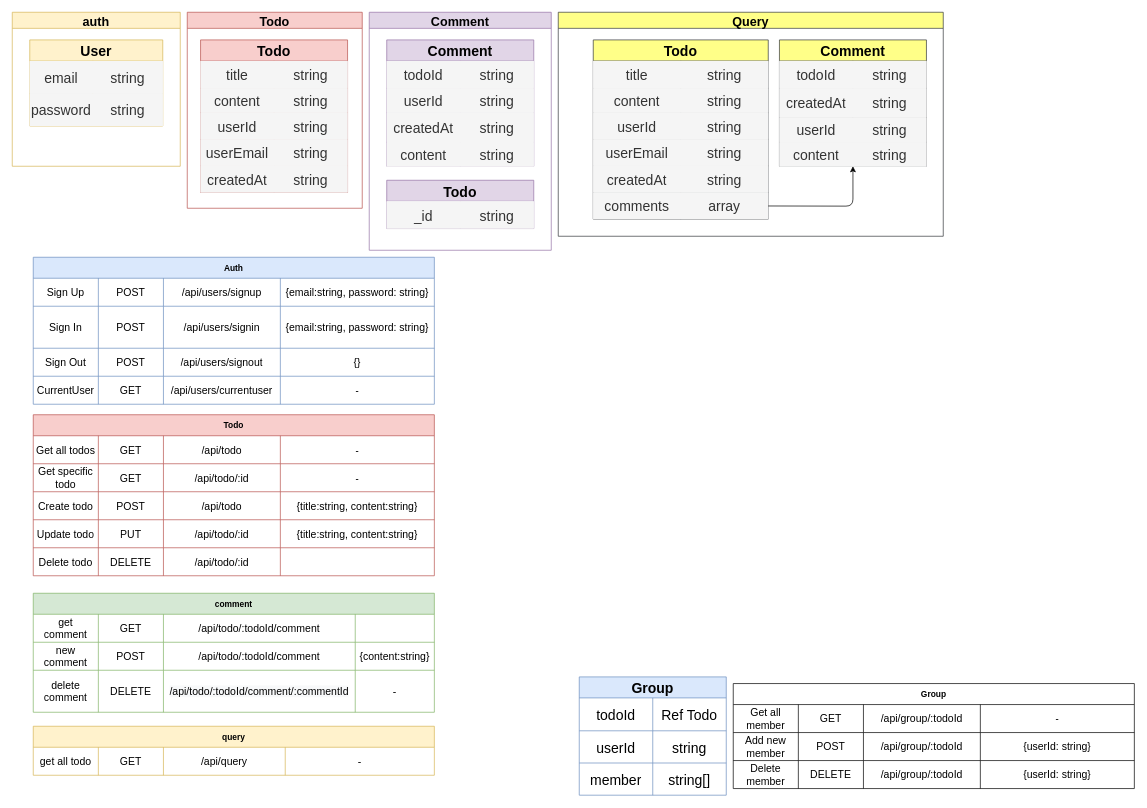
This is page "第2頁" (2 of 3) of Untitled Diagram.drawio from fan0223/TaskTracker, a draw.io file, before an edit. Source tidied: cells renumbered, new cells numbered last; positions are measured from the earlier drawing's top-left corner, leaving out a move shared by most shapes. Both pictures are drawn from the tidied source at 70%, with x=0, y=0 at pixel (12, 12).
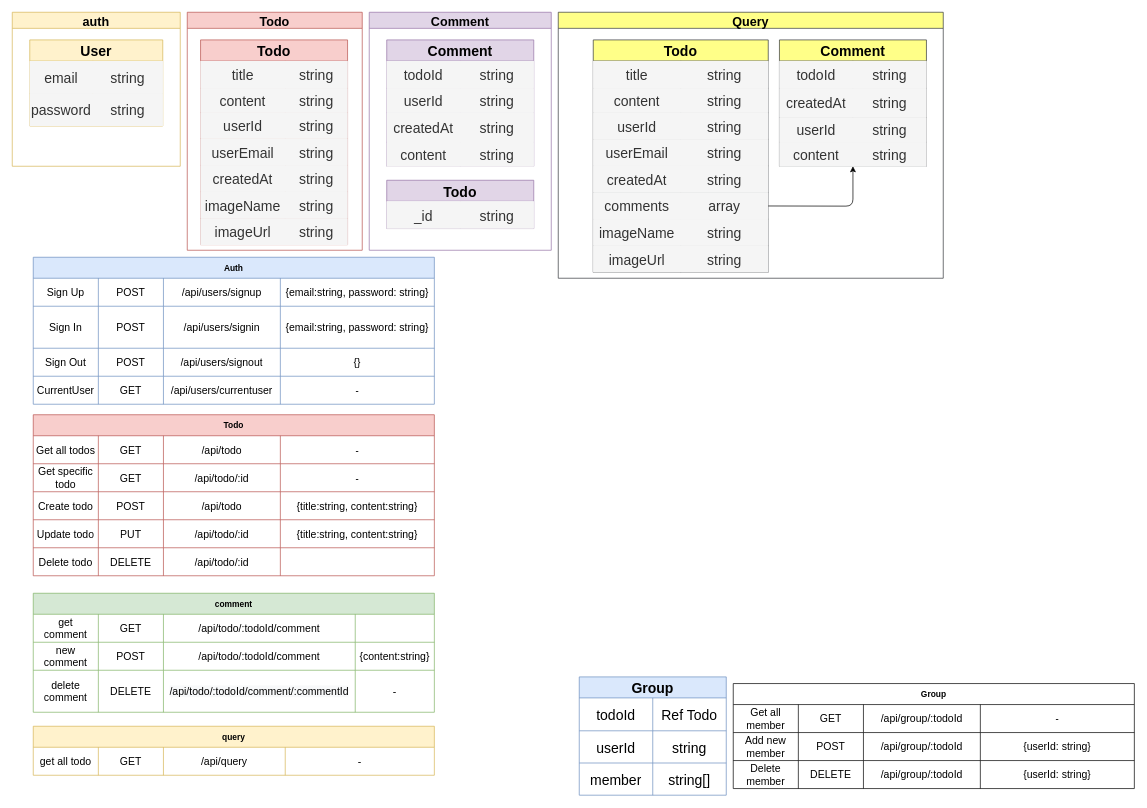
After the change.

The change refers to these unchanged cells:
```xml
<mxCell id="103" style="shape=partialRectangle;whiteSpace=wrap;top=0;left=0;bottom=0;right=0;rounded=0;shadow=0;sketch=0;fontSize=12;labelBackgroundColor=none;labelBorderColor=none;fillColor=#f5f5f5;fontColor=#333333;strokeColor=#666666;" parent="102" vertex="1">
  <mxGeometry y="30" width="210" height="39" as="geometry" />
</mxCell>
<mxCell id="106" style="shape=partialRectangle;whiteSpace=wrap;top=0;left=0;bottom=0;right=0;rounded=0;shadow=0;sketch=0;fontSize=12;labelBackgroundColor=none;labelBorderColor=none;fillColor=#f5f5f5;fontColor=#333333;strokeColor=#666666;" parent="102" vertex="1">
  <mxGeometry y="69" width="210" height="35" as="geometry" />
</mxCell>
```

What changed in the source:
```diff
@@
     <mxCell id="101" value="Todo" style="swimlane;shadow=0;fontSize=18;fillColor=#f8cecc;strokeColor=#b85450;" parent="1" vertex="1">
-      <mxGeometry x="250" width="250" height="280" as="geometry" />
+      <mxGeometry x="250" width="250" height="340" as="geometry" />
     </mxCell>
     <mxCell id="102" value="Todo" style="shape=table;startSize=30;childLayout=tableLayout;fontStyle=1;align=center;rounded=0;shadow=0;sketch=0;fontSize=20;swimlaneFillColor=none;labelBackgroundColor=none;labelBorderColor=none;fillColor=#f8cecc;strokeColor=#b85450;" parent="101" vertex="1">
-      <mxGeometry x="19" y="39.5" width="210" height="218" as="geometry" />
+      <mxGeometry x="19" y="39.5" width="210" height="292.5" as="geometry" />
     </mxCell>
@@
     <mxCell id="104" value="title" style="shape=partialRectangle;whiteSpace=wrap;top=0;left=0;bottom=0;right=0;overflow=hidden;rounded=0;shadow=0;sketch=0;fontSize=20;labelBackgroundColor=none;labelBorderColor=none;fillColor=#f5f5f5;fontColor=#333333;strokeColor=#666666;" parent="103" vertex="1">
-      <mxGeometry width="105" height="39" as="geometry" />
+      <mxGeometry width="121" height="39" as="geometry" />
     </mxCell>
     <mxCell id="105" value="string" style="shape=partialRectangle;whiteSpace=wrap;top=0;left=0;bottom=0;right=0;overflow=hidden;rounded=0;shadow=0;sketch=0;fontSize=20;labelBackgroundColor=none;labelBorderColor=none;fillColor=#f5f5f5;fontColor=#333333;strokeColor=#666666;" parent="103" vertex="1">
-      <mxGeometry x="105" width="105" height="39" as="geometry" />
+      <mxGeometry x="121" width="89" height="39" as="geometry" />
     </mxCell>
@@
     <mxCell id="107" value="content" style="shape=partialRectangle;whiteSpace=wrap;top=0;left=0;bottom=0;right=0;overflow=hidden;rounded=0;shadow=0;sketch=0;fontSize=20;labelBackgroundColor=none;labelBorderColor=none;fillColor=#f5f5f5;fontColor=#333333;strokeColor=#666666;" parent="106" vertex="1">
-      <mxGeometry width="105" height="35" as="geometry" />
+      <mxGeometry width="121" height="35" as="geometry" />
     </mxCell>
     <mxCell id="108" value="string" style="shape=partialRectangle;whiteSpace=wrap;top=0;left=0;bottom=0;right=0;overflow=hidden;rounded=0;shadow=0;sketch=0;fontSize=20;labelBackgroundColor=none;labelBorderColor=none;fillColor=#f5f5f5;fontColor=#333333;strokeColor=#666666;" parent="106" vertex="1">
-      <mxGeometry x="105" width="105" height="35" as="geometry" />
+      <mxGeometry x="121" width="89" height="35" as="geometry" />
     </mxCell>
     <mxCell id="109" style="shape=partialRectangle;whiteSpace=wrap;top=0;left=0;bottom=0;right=0;rounded=0;shadow=0;sketch=0;fontSize=12;labelBackgroundColor=none;labelBorderColor=none;fillColor=#f5f5f5;fontColor=#333333;strokeColor=#666666;" parent="102" vertex="1">
-      <mxGeometry y="104" width="210" height="38" as="geometry" />
+      <mxGeometry y="104" width="210" height="37" as="geometry" />
     </mxCell>
     <mxCell id="110" value="userId" style="shape=partialRectangle;whiteSpace=wrap;top=0;left=0;bottom=0;right=0;overflow=hidden;rounded=0;shadow=0;sketch=0;fontSize=20;labelBackgroundColor=none;labelBorderColor=none;fillColor=#f5f5f5;fontColor=#333333;strokeColor=#666666;" parent="109" vertex="1">
-      <mxGeometry width="105" height="38" as="geometry" />
+      <mxGeometry width="121" height="37" as="geometry" />
     </mxCell>
     <mxCell id="111" value="string" style="shape=partialRectangle;whiteSpace=wrap;top=0;left=0;bottom=0;right=0;overflow=hidden;rounded=0;shadow=0;sketch=0;fontSize=20;labelBackgroundColor=none;labelBorderColor=none;fillColor=#f5f5f5;fontColor=#333333;strokeColor=#666666;" parent="109" vertex="1">
-      <mxGeometry x="105" width="105" height="38" as="geometry" />
+      <mxGeometry x="121" width="89" height="37" as="geometry" />
     </mxCell>
     <mxCell id="112" style="shape=partialRectangle;whiteSpace=wrap;top=0;left=0;bottom=0;right=0;rounded=0;shadow=0;sketch=0;fontSize=12;labelBackgroundColor=none;labelBorderColor=none;fillColor=#f5f5f5;fontColor=#333333;strokeColor=#666666;" parent="102" vertex="1">
-      <mxGeometry y="142" width="210" height="38" as="geometry" />
+      <mxGeometry y="141" width="210" height="38" as="geometry" />
     </mxCell>
     <mxCell id="113" value="userEmail" style="shape=partialRectangle;whiteSpace=wrap;top=0;left=0;bottom=0;right=0;overflow=hidden;rounded=0;shadow=0;sketch=0;fontSize=20;labelBackgroundColor=none;labelBorderColor=none;fillColor=#f5f5f5;fontColor=#333333;strokeColor=#666666;" parent="112" vertex="1">
-      <mxGeometry width="105" height="38" as="geometry" />
+      <mxGeometry width="121" height="38" as="geometry" />
     </mxCell>
     <mxCell id="114" value="string" style="shape=partialRectangle;whiteSpace=wrap;top=0;left=0;bottom=0;right=0;overflow=hidden;rounded=0;shadow=0;sketch=0;fontSize=20;labelBackgroundColor=none;labelBorderColor=none;fillColor=#f5f5f5;fontColor=#333333;strokeColor=#666666;" parent="112" vertex="1">
-      <mxGeometry x="105" width="105" height="38" as="geometry" />
+      <mxGeometry x="121" width="89" height="38" as="geometry" />
     </mxCell>
     <mxCell id="115" style="shape=partialRectangle;whiteSpace=wrap;top=0;left=0;bottom=0;right=0;rounded=0;shadow=0;sketch=0;fontSize=12;labelBackgroundColor=none;labelBorderColor=none;fillColor=#f5f5f5;fontColor=#333333;strokeColor=#666666;" parent="102" vertex="1">
-      <mxGeometry y="180" width="210" height="38" as="geometry" />
+      <mxGeometry y="179" width="210" height="38" as="geometry" />
     </mxCell>
     <mxCell id="116" value="createdAt" style="shape=partialRectangle;whiteSpace=wrap;top=0;left=0;bottom=0;right=0;overflow=hidden;rounded=0;shadow=0;sketch=0;fontSize=20;labelBackgroundColor=none;labelBorderColor=none;fillColor=#f5f5f5;fontColor=#333333;strokeColor=#666666;" parent="115" vertex="1">
-      <mxGeometry width="105" height="38" as="geometry" />
+      <mxGeometry width="121" height="38" as="geometry" />
     </mxCell>
     <mxCell id="117" value="string" style="shape=partialRectangle;whiteSpace=wrap;top=0;left=0;bottom=0;right=0;overflow=hidden;rounded=0;shadow=0;sketch=0;fontSize=20;labelBackgroundColor=none;labelBorderColor=none;fillColor=#f5f5f5;fontColor=#333333;strokeColor=#666666;" parent="115" vertex="1">
-      <mxGeometry x="105" width="105" height="38" as="geometry" />
+      <mxGeometry x="121" width="89" height="38" as="geometry" />
     </mxCell>
+    <mxCell id="174" style="shape=partialRectangle;whiteSpace=wrap;top=0;left=0;bottom=0;right=0;rounded=0;shadow=0;sketch=0;fontSize=12;labelBackgroundColor=none;labelBorderColor=none;fillColor=#f5f5f5;fontColor=#333333;strokeColor=#666666;" parent="102" vertex="1">
+      <mxGeometry y="217" width="210" height="38" as="geometry" />
+    </mxCell>
+    <mxCell id="175" value="imageName" style="shape=partialRectangle;whiteSpace=wrap;top=0;left=0;bottom=0;right=0;overflow=hidden;rounded=0;shadow=0;sketch=0;fontSize=20;labelBackgroundColor=none;labelBorderColor=none;fillColor=#f5f5f5;fontColor=#333333;strokeColor=#666666;" parent="174" vertex="1">
+      <mxGeometry width="121" height="38" as="geometry" />
+    </mxCell>
+    <mxCell id="176" value="string" style="shape=partialRectangle;whiteSpace=wrap;top=0;left=0;bottom=0;right=0;overflow=hidden;rounded=0;shadow=0;sketch=0;fontSize=20;labelBackgroundColor=none;labelBorderColor=none;fillColor=#f5f5f5;fontColor=#333333;strokeColor=#666666;" parent="174" vertex="1">
+      <mxGeometry x="121" width="89" height="38" as="geometry" />
+    </mxCell>
+    <mxCell id="177" style="shape=partialRectangle;whiteSpace=wrap;top=0;left=0;bottom=0;right=0;rounded=0;shadow=0;sketch=0;fontSize=12;labelBackgroundColor=none;labelBorderColor=none;fillColor=#f5f5f5;fontColor=#333333;strokeColor=#666666;" parent="102" vertex="1">
+      <mxGeometry y="255" width="210" height="38" as="geometry" />
+    </mxCell>
+    <mxCell id="178" value="imageUrl" style="shape=partialRectangle;whiteSpace=wrap;top=0;left=0;bottom=0;right=0;overflow=hidden;rounded=0;shadow=0;sketch=0;fontSize=20;labelBackgroundColor=none;labelBorderColor=none;fillColor=#f5f5f5;fontColor=#333333;strokeColor=#666666;" parent="177" vertex="1">
+      <mxGeometry width="121" height="38" as="geometry" />
+    </mxCell>
+    <mxCell id="179" value="string" style="shape=partialRectangle;whiteSpace=wrap;top=0;left=0;bottom=0;right=0;overflow=hidden;rounded=0;shadow=0;sketch=0;fontSize=20;labelBackgroundColor=none;labelBorderColor=none;fillColor=#f5f5f5;fontColor=#333333;strokeColor=#666666;" parent="177" vertex="1">
+      <mxGeometry x="121" width="89" height="38" as="geometry" />
+    </mxCell>
     <mxCell id="118" value="Query" style="swimlane;shadow=0;fontSize=18;fillColor=#ffff88;strokeColor=#36393d;" parent="1" vertex="1">
-      <mxGeometry x="780" width="550" height="320" as="geometry" />
+      <mxGeometry x="780" width="550" height="380" as="geometry" />
     </mxCell>
     <mxCell id="119" value="Todo" style="shape=table;startSize=30;childLayout=tableLayout;fontStyle=1;align=center;rounded=0;shadow=0;sketch=0;fontSize=20;swimlaneFillColor=none;labelBackgroundColor=none;labelBorderColor=none;fillColor=#ffff88;strokeColor=#36393d;" parent="118" vertex="1">
-      <mxGeometry x="50" y="39.5" width="250" height="256" as="geometry" />
+      <mxGeometry x="50" y="39.5" width="250" height="332" as="geometry" />
     </mxCell>
@@
+    <mxCell id="180" style="shape=partialRectangle;whiteSpace=wrap;top=0;left=0;bottom=0;right=0;rounded=0;shadow=0;sketch=0;fontSize=12;labelBackgroundColor=none;labelBorderColor=none;fillColor=#f5f5f5;fontColor=#333333;strokeColor=#666666;" parent="119" vertex="1">
+      <mxGeometry y="256" width="250" height="38" as="geometry" />
+    </mxCell>
+    <mxCell id="181" value="imageName" style="shape=partialRectangle;whiteSpace=wrap;top=0;left=0;bottom=0;right=0;overflow=hidden;rounded=0;shadow=0;sketch=0;fontSize=20;labelBackgroundColor=none;labelBorderColor=none;fillColor=#f5f5f5;fontColor=#333333;strokeColor=#666666;" parent="180" vertex="1">
+      <mxGeometry width="125" height="38" as="geometry" />
+    </mxCell>
+    <mxCell id="182" value="string" style="shape=partialRectangle;whiteSpace=wrap;top=0;left=0;bottom=0;right=0;overflow=hidden;rounded=0;shadow=0;sketch=0;fontSize=20;labelBackgroundColor=none;labelBorderColor=none;fillColor=#f5f5f5;fontColor=#333333;strokeColor=#666666;" parent="180" vertex="1">
+      <mxGeometry x="125" width="125" height="38" as="geometry" />
+    </mxCell>
+    <mxCell id="183" style="shape=partialRectangle;whiteSpace=wrap;top=0;left=0;bottom=0;right=0;rounded=0;shadow=0;sketch=0;fontSize=12;labelBackgroundColor=none;labelBorderColor=none;fillColor=#f5f5f5;fontColor=#333333;strokeColor=#666666;" parent="119" vertex="1">
+      <mxGeometry y="294" width="250" height="38" as="geometry" />
+    </mxCell>
+    <mxCell id="184" value="imageUrl" style="shape=partialRectangle;whiteSpace=wrap;top=0;left=0;bottom=0;right=0;overflow=hidden;rounded=0;shadow=0;sketch=0;fontSize=20;labelBackgroundColor=none;labelBorderColor=none;fillColor=#f5f5f5;fontColor=#333333;strokeColor=#666666;" parent="183" vertex="1">
+      <mxGeometry width="125" height="38" as="geometry" />
+    </mxCell>
+    <mxCell id="185" value="string" style="shape=partialRectangle;whiteSpace=wrap;top=0;left=0;bottom=0;right=0;overflow=hidden;rounded=0;shadow=0;sketch=0;fontSize=20;labelBackgroundColor=none;labelBorderColor=none;fillColor=#f5f5f5;fontColor=#333333;strokeColor=#666666;" parent="183" vertex="1">
+      <mxGeometry x="125" width="125" height="38" as="geometry" />
+    </mxCell>
```
